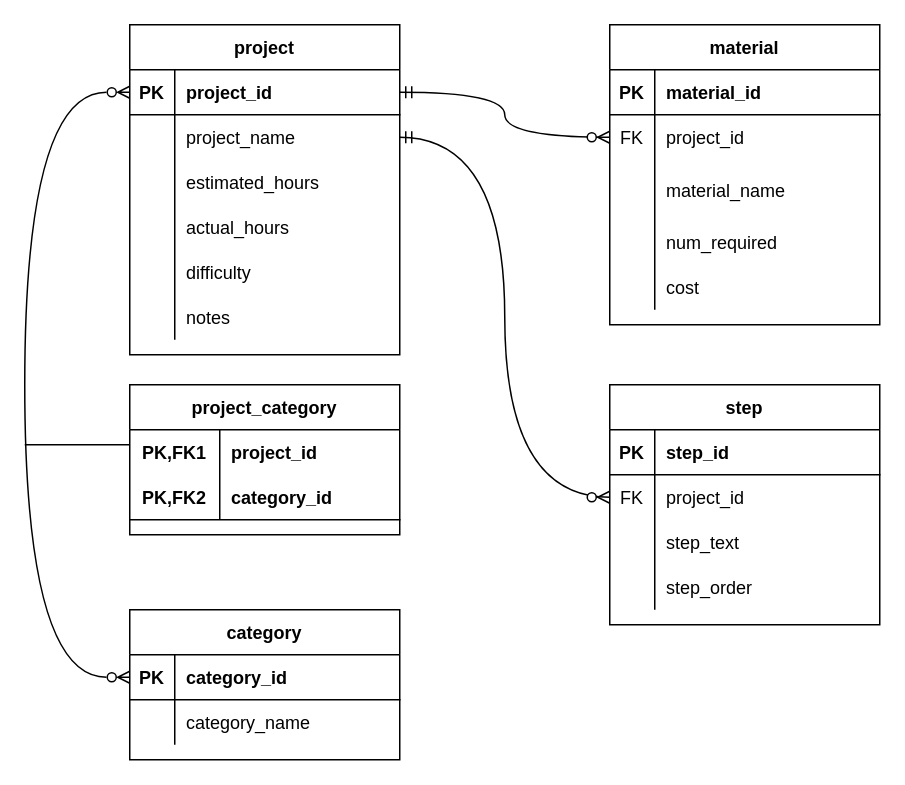
The draw.io diagram Diagrams.drawio in KsuLip2022/-Week-8-Assignment, before the edit. Source tidied: cells renumbered, new cells numbered last; positions are measured from the earlier drawing's top-left corner, leaving out a move shared by most shapes. Both pictures are drawn from the tidied source at 150%, with x=0, y=0 at pixel (24, 24).
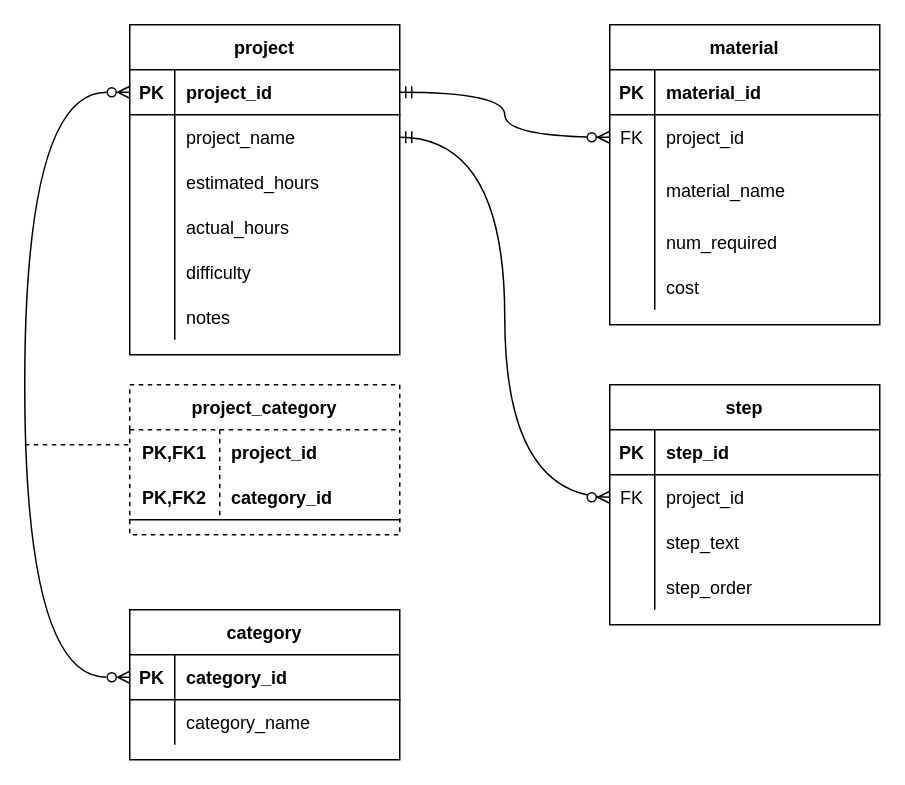
The same diagram, later.

Diff of the diagram source:
```diff
@@
-    <mxCell id="50" value="project_category" style="shape=table;startSize=30;childLayout=tableLayout;rowLines=0;fontStyle=1;align=center;" parent="1" vertex="1">
+    <mxCell id="50" value="project_category" style="shape=table;startSize=30;childLayout=tableLayout;rowLines=0;fontStyle=1;align=center;dashed=1;" parent="1" vertex="1">
       <mxGeometry x="70" y="240" width="180" height="100" as="geometry" />
     </mxCell>
@@
-    <mxCell id="67" style="edgeStyle=entityRelationEdgeStyle;fontSize=12;html=1;endArrow=none;endFill=0;rounded=0;" parent="1" edge="1">
+    <mxCell id="67" style="edgeStyle=entityRelationEdgeStyle;fontSize=12;html=1;endArrow=none;endFill=0;rounded=0;dashed=1;" parent="1" edge="1">
       <mxGeometry relative="1" as="geometry">
         <mxPoint y="280" as="sourcePoint" />
         <mxPoint x="70" y="280" as="targetPoint" />
       </mxGeometry>
     </mxCell>
```
